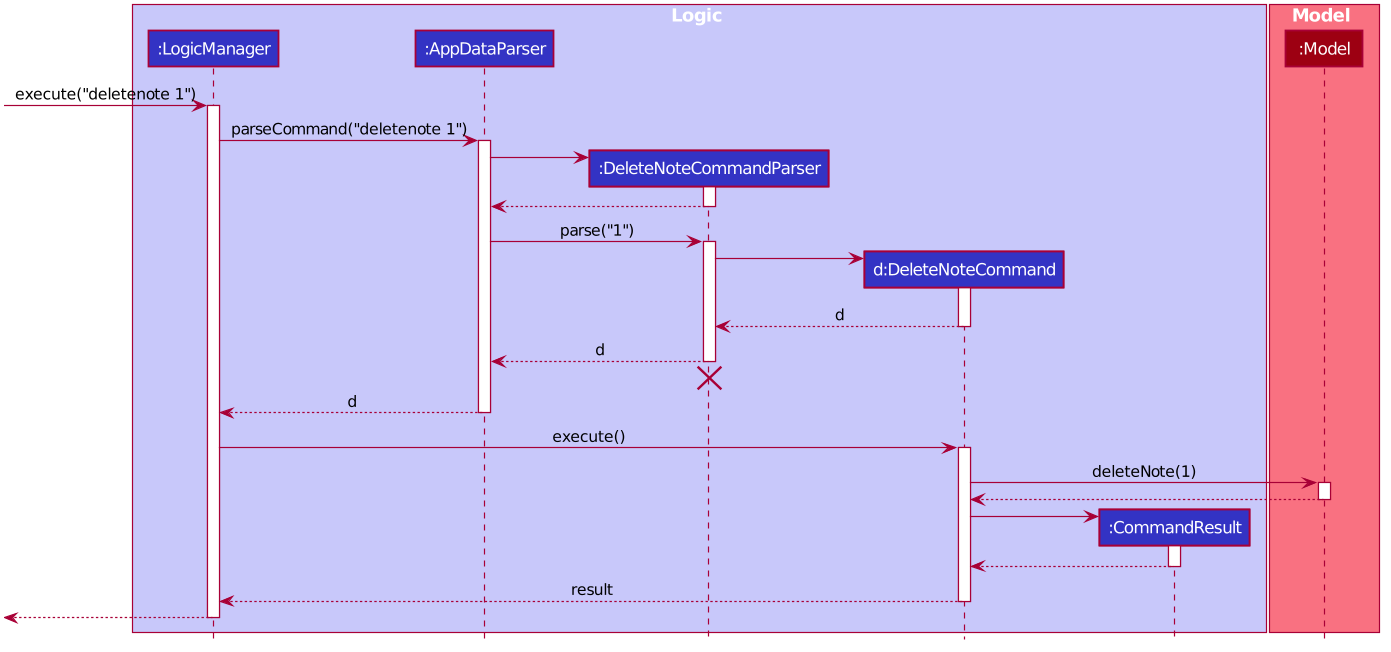
Before: docs/images/DeleteSequenceDiagram.png, a diagram exported from PlantUML (nus-cs2103-AY1920S1/addressbook-level3).
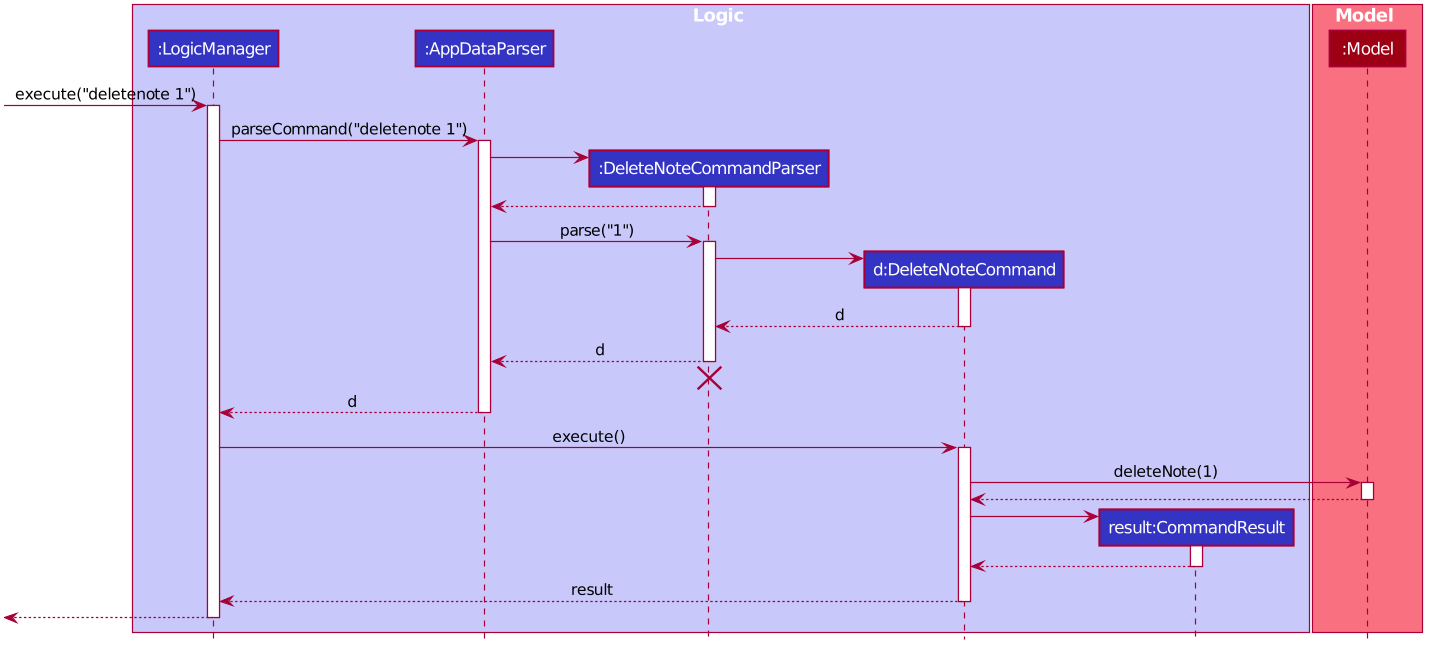
After the change.

The edit, as a diff of the source:
```diff
@@ -53,7 +53,7 @@
 participant ":AppDataParser" as AppDataParser #3333C4
 participant ":DeleteNoteCommandParser" as DeleteNoteCommandParser #3333C4
 participant "d:DeleteNoteCommand" as DeleteNoteCommand #3333C4
-participant ":CommandResult" as CommandResult #3333C4
+participant "result:CommandResult" as CommandResult #3333C4
 end box
 
 box Model #F97181
```
